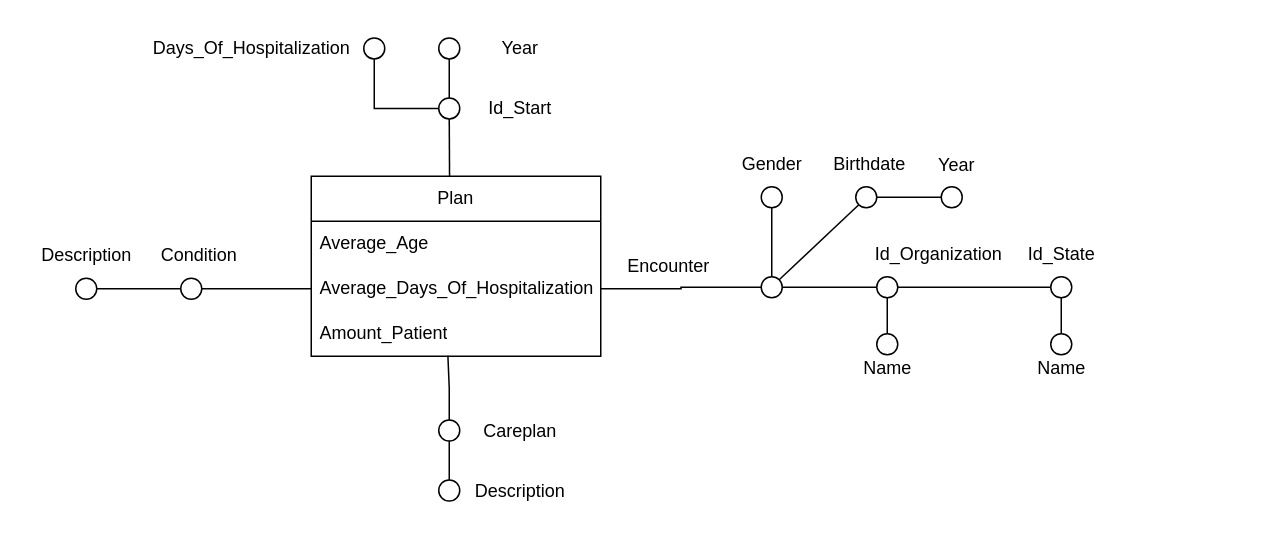
MircoPerna99/BigDataManagement_Team keeps this draw.io diagram as Schemi_Di_Fatto/Plan.drawio. Above is the earlier version. Source tidied: cells renumbered, new cells numbered last; positions are measured from the earlier drawing's top-left corner, leaving out a move shared by most shapes. Both pictures are drawn from the tidied source at 150%, with x=0, y=0 at pixel (26, 26).
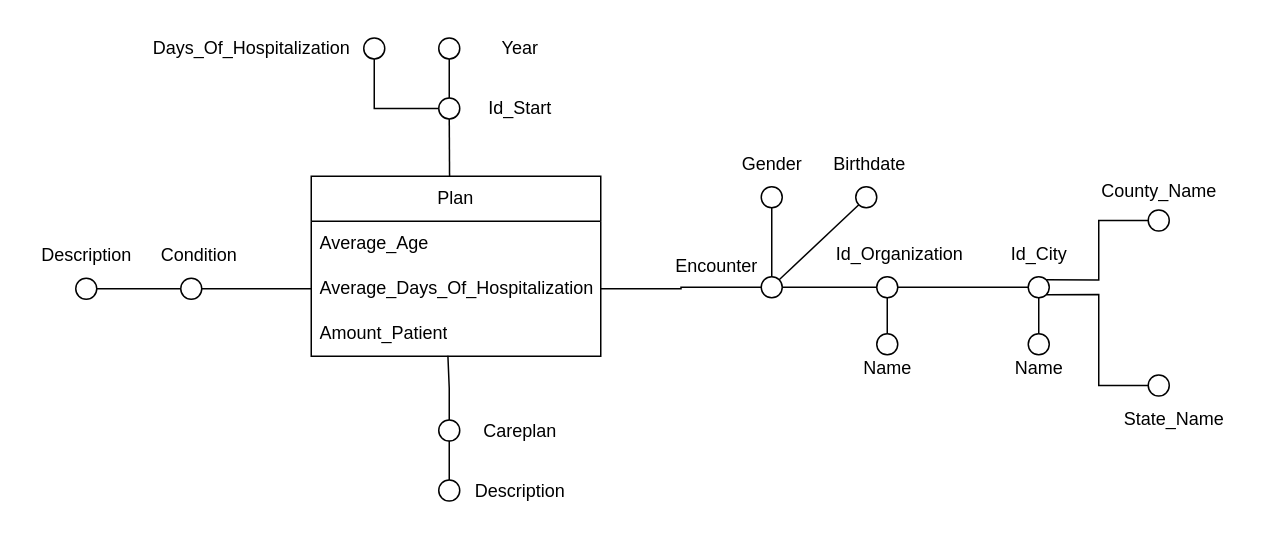
The same page after the edit.

Unchanged cells that the change refers to:
```xml
<mxCell id="19" style="ellipse;whiteSpace=wrap;html=1;fillColor=#FFFFFF;" parent="1" vertex="1">
  <mxGeometry x="567" y="167" width="14" height="14" as="geometry" />
</mxCell>
<mxCell id="30" style="ellipse;whiteSpace=wrap;html=1;fillColor=#FFFFFF;" parent="1" vertex="1">
  <mxGeometry x="553" y="107" width="14" height="14" as="geometry" />
</mxCell>
<mxCell id="40" style="ellipse;whiteSpace=wrap;html=1;fillColor=#FFFFFF;" parent="1" vertex="1">
  <mxGeometry x="275" y="47.8" width="14" height="14" as="geometry" />
</mxCell>
```

The edit, as a diff of the source:
```diff
@@
     <mxCell id="16" value="Encounter" style="text;html=1;align=center;verticalAlign=middle;strokeColor=none;fillColor=none;" parent="1" vertex="1">
-      <mxGeometry x="388" y="145" width="80" height="30" as="geometry" />
+      <mxGeometry x="420" y="145" width="80" height="30" as="geometry" />
     </mxCell>
@@
-    <mxCell id="18" style="edgeStyle=orthogonalEdgeStyle;rounded=0;jettySize=auto;html=1;exitX=1;exitY=0.5;exitDx=0;exitDy=0;entryX=0;entryY=0.5;entryDx=0;entryDy=0;endArrow=none;startFill=0;" parent="1" edge="1" source="19" target="21">
-      <mxGeometry relative="1" as="geometry" />
-    </mxCell>
+    <mxCell id="51" style="edgeStyle=orthogonalEdgeStyle;rounded=0;jettySize=auto;html=1;exitX=1;exitY=0.5;exitDx=0;exitDy=0;entryX=0;entryY=0.5;entryDx=0;entryDy=0;endArrow=none;startFill=0;" parent="1" edge="1" source="19" target="54">
+      <mxGeometry relative="1" as="geometry" />
+    </mxCell>
@@
     <mxCell id="20" value="Id_Organization" style="text;html=1;align=center;verticalAlign=middle;strokeColor=none;fillColor=none;" parent="1" vertex="1">
-      <mxGeometry x="553" y="137" width="110" height="30" as="geometry" />
+      <mxGeometry x="527" y="137" width="110" height="30" as="geometry" />
     </mxCell>
-    <mxCell id="21" style="ellipse;whiteSpace=wrap;html=1;fillColor=#FFFFFF;" parent="1" vertex="1">
-      <mxGeometry x="683" y="167" width="14" height="14" as="geometry" />
-    </mxCell>
+    <mxCell id="52" style="edgeStyle=orthogonalEdgeStyle;rounded=0;jettySize=auto;html=1;exitX=1;exitY=0;exitDx=0;exitDy=0;entryX=0;entryY=0.5;entryDx=0;entryDy=0;endArrow=none;startFill=0;" parent="1" edge="1" source="54" target="59">
+      <mxGeometry relative="1" as="geometry" />
+    </mxCell>
+    <mxCell id="53" style="edgeStyle=orthogonalEdgeStyle;rounded=0;jettySize=auto;html=1;exitX=1;exitY=1;exitDx=0;exitDy=0;entryX=0;entryY=0.5;entryDx=0;entryDy=0;endArrow=none;startFill=0;" parent="1" edge="1" source="54" target="61">
+      <mxGeometry relative="1" as="geometry" />
+    </mxCell>
+    <mxCell id="54" style="ellipse;whiteSpace=wrap;html=1;fillColor=#FFFFFF;" parent="1" vertex="1">
+      <mxGeometry x="668" y="167" width="14" height="14" as="geometry" />
+    </mxCell>
@@
-    <mxCell id="24" style="edgeStyle=orthogonalEdgeStyle;rounded=0;jettySize=auto;html=1;entryX=0.5;entryY=1;entryDx=0;entryDy=0;endArrow=none;startFill=0;" parent="1" edge="1" source="25" target="21">
-      <mxGeometry relative="1" as="geometry" />
-    </mxCell>
-    <mxCell id="25" style="ellipse;whiteSpace=wrap;html=1;fillColor=#FFFFFF;" parent="1" vertex="1">
-      <mxGeometry x="683" y="205" width="14" height="14" as="geometry" />
-    </mxCell>
+    <mxCell id="55" style="edgeStyle=orthogonalEdgeStyle;rounded=0;jettySize=auto;html=1;entryX=0.5;entryY=1;entryDx=0;entryDy=0;endArrow=none;startFill=0;" parent="1" edge="1" source="56" target="54">
+      <mxGeometry relative="1" as="geometry" />
+    </mxCell>
+    <mxCell id="56" style="ellipse;whiteSpace=wrap;html=1;fillColor=#FFFFFF;" parent="1" vertex="1">
+      <mxGeometry x="668" y="205" width="14" height="14" as="geometry" />
+    </mxCell>
     <mxCell id="26" value="Name" style="text;html=1;align=center;verticalAlign=middle;strokeColor=none;fillColor=none;" parent="1" vertex="1">
-      <mxGeometry x="660" y="213" width="60" height="30" as="geometry" />
+      <mxGeometry x="645" y="213" width="60" height="30" as="geometry" />
     </mxCell>
-    <mxCell id="27" value="Id_State" style="text;html=1;align=center;verticalAlign=middle;strokeColor=none;fillColor=none;" parent="1" vertex="1">
-      <mxGeometry x="655" y="137" width="70" height="30" as="geometry" />
-    </mxCell>
+    <mxCell id="57" value="Id_City" style="text;html=1;align=center;verticalAlign=middle;strokeColor=none;fillColor=none;" parent="1" vertex="1">
+      <mxGeometry x="645" y="137" width="60" height="30" as="geometry" />
+    </mxCell>
@@
-    <mxCell id="29" style="edgeStyle=orthogonalEdgeStyle;rounded=0;jettySize=auto;html=1;exitX=1;exitY=0.5;exitDx=0;exitDy=0;endArrow=none;startFill=0;" parent="1" edge="1" source="30" target="49">
-      <mxGeometry relative="1" as="geometry" />
-    </mxCell>
@@
-    <mxCell id="42" style="edgeStyle=orthogonalEdgeStyle;rounded=0;jettySize=auto;html=1;exitX=0.5;exitY=1;exitDx=0;exitDy=0;entryX=0.48;entryY=0.004;entryDx=0;entryDy=0;entryPerimeter=0;endArrow=none;startFill=0;" parent="1" edge="1" source="40">
-      <mxGeometry relative="1" as="geometry">
-        <mxPoint x="282.2" y="100" as="targetPoint" />
-      </mxGeometry>
-    </mxCell>
+    <mxCell id="58" style="edgeStyle=orthogonalEdgeStyle;rounded=0;jettySize=auto;html=1;exitX=0.5;exitY=1;exitDx=0;exitDy=0;entryX=0.48;entryY=0.004;entryDx=0;entryDy=0;entryPerimeter=0;endArrow=none;startFill=0;" parent="1" edge="1" source="40">
+      <mxGeometry relative="1" as="geometry">
+        <mxPoint x="282.2" y="100" as="targetPoint" />
+      </mxGeometry>
+    </mxCell>
@@
-    <mxCell id="49" style="ellipse;whiteSpace=wrap;html=1;fillColor=#FFFFFF;" parent="1" vertex="1">
-      <mxGeometry x="610" y="107" width="14" height="14" as="geometry" />
-    </mxCell>
-    <mxCell id="50" value="Year" style="text;html=1;align=center;verticalAlign=middle;strokeColor=none;fillColor=none;" parent="1" vertex="1">
-      <mxGeometry x="595" y="78" width="50" height="30" as="geometry" />
-    </mxCell>
+    <mxCell id="59" style="ellipse;whiteSpace=wrap;html=1;fillColor=#FFFFFF;" parent="1" vertex="1">
+      <mxGeometry x="748" y="122.5" width="14" height="14" as="geometry" />
+    </mxCell>
+    <mxCell id="60" value="County_Name" style="text;html=1;align=center;verticalAlign=middle;strokeColor=none;fillColor=none;" parent="1" vertex="1">
+      <mxGeometry x="705" y="94.5" width="100" height="30" as="geometry" />
+    </mxCell>
+    <mxCell id="61" style="ellipse;whiteSpace=wrap;html=1;fillColor=#FFFFFF;" parent="1" vertex="1">
+      <mxGeometry x="748" y="232.5" width="14" height="14" as="geometry" />
+    </mxCell>
+    <mxCell id="62" value="State&lt;span style=&quot;background-color: transparent; color: light-dark(rgb(0, 0, 0), rgb(255, 255, 255));&quot;&gt;_Name&lt;/span&gt;" style="text;html=1;align=center;verticalAlign=middle;strokeColor=none;fillColor=none;" parent="1" vertex="1">
+      <mxGeometry x="720" y="246.5" width="90" height="30" as="geometry" />
+    </mxCell>
```
